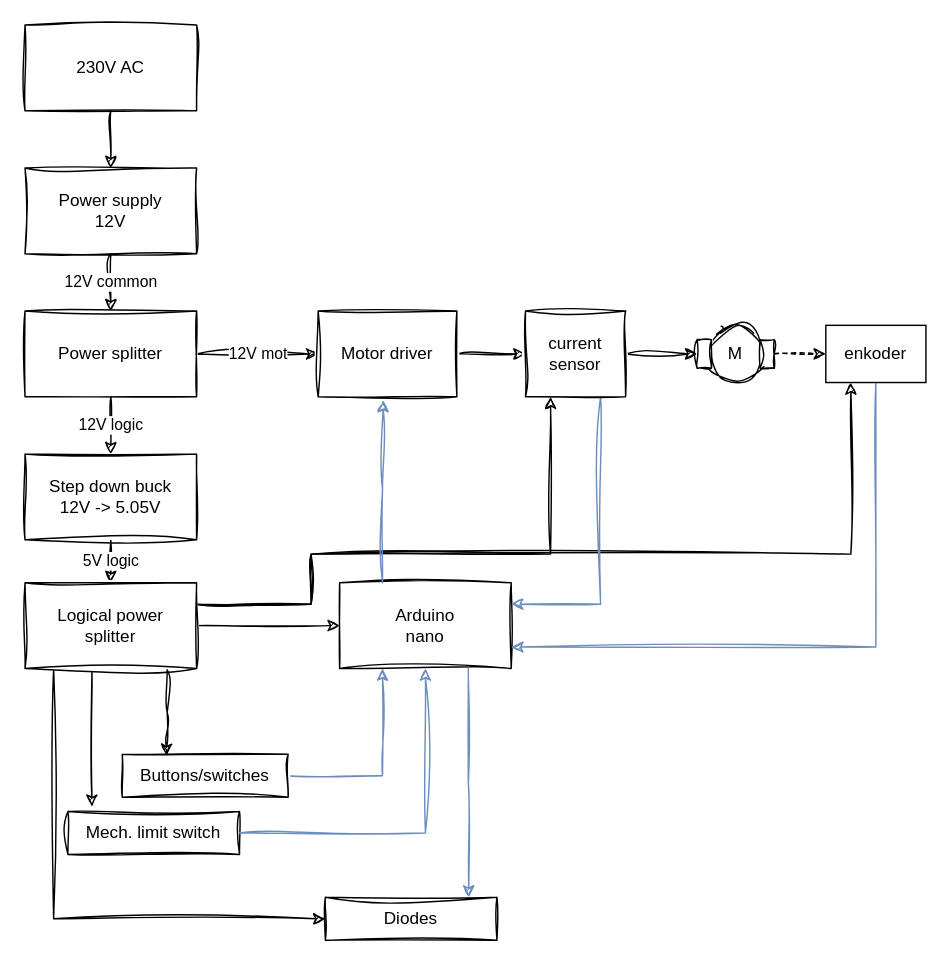
Losseh/automatic-desk keeps this draw.io diagram as page "Strona-1" (1 of 4) of electric/general_diagram.drawio. Above is the earlier version. Source tidied: cells renumbered, new cells numbered last; positions are measured from the earlier drawing's top-left corner, leaving out a move shared by most shapes. Both pictures are drawn from the tidied source at 143%, with x=0, y=0 at pixel (24, 24).
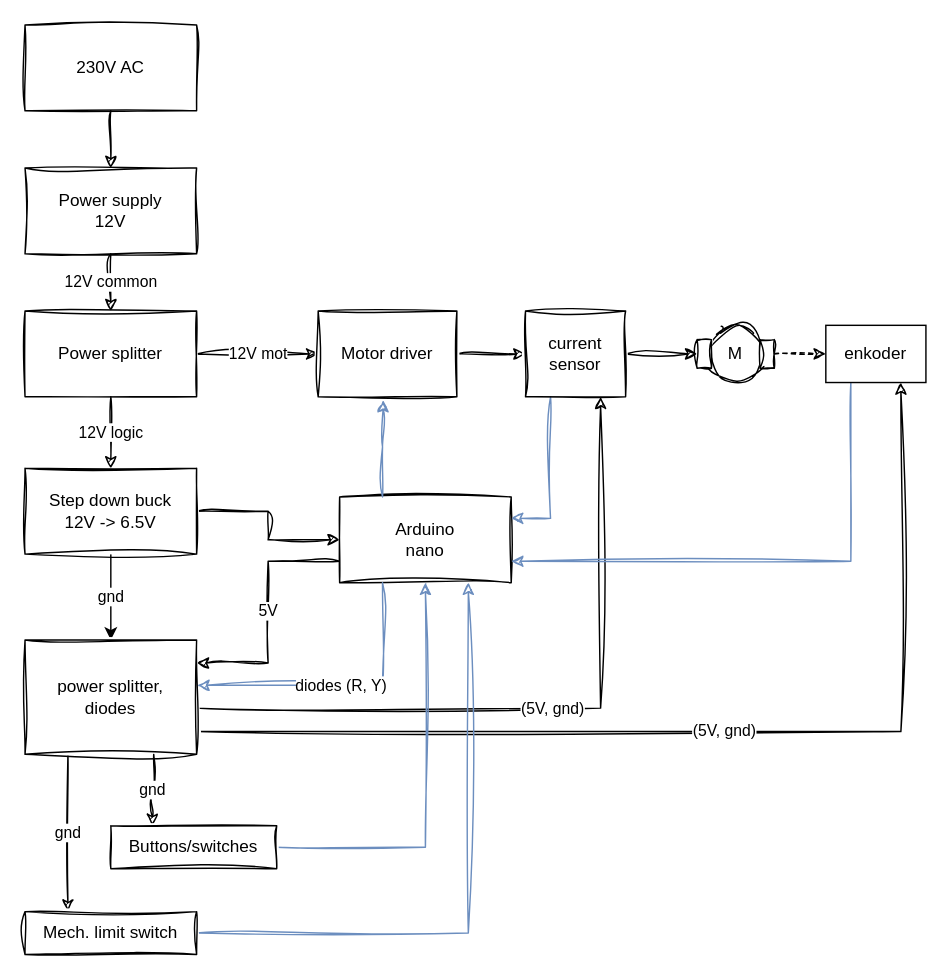
The same diagram, later.

The change refers to these unchanged cells:
```xml
<mxCell id="30" value="enkoder" style="rounded=0;whiteSpace=wrap;html=1;" parent="1" vertex="1">
  <mxGeometry x="560" y="210" width="70" height="40" as="geometry" />
</mxCell>
<mxCell id="36" value="current&lt;br&gt;sensor" style="rounded=0;whiteSpace=wrap;html=1;sketch=1;curveFitting=1;jiggle=2;" parent="1" vertex="1">
  <mxGeometry x="350" y="200" width="70" height="60" as="geometry" />
</mxCell>
```

Diff of the diagram source:
```diff
@@
+    <mxCell id="38" style="edgeStyle=orthogonalEdgeStyle;rounded=0;jettySize=auto;html=1;exitX=1;exitY=0.5;exitDx=0;exitDy=0;entryX=0;entryY=0.5;entryDx=0;entryDy=0;sketch=1;curveFitting=1;jiggle=2;" parent="1" edge="1" source="12" target="23">
+      <mxGeometry relative="1" as="geometry" />
+    </mxCell>
-    <mxCell id="11" value="5V logic" style="edgeStyle=orthogonalEdgeStyle;rounded=0;jettySize=auto;html=1;exitX=0.5;exitY=1;exitDx=0;exitDy=0;entryX=0.5;entryY=0;entryDx=0;entryDy=0;sketch=1;curveFitting=1;jiggle=2;" parent="1" edge="1" source="12" target="22">
+    <mxCell id="11" value="gnd" style="edgeStyle=orthogonalEdgeStyle;rounded=0;jettySize=auto;html=1;exitX=0.5;exitY=1;exitDx=0;exitDy=0;entryX=0.5;entryY=0;entryDx=0;entryDy=0;" parent="1" edge="1" source="12" target="22">
       <mxGeometry relative="1" as="geometry" />
     </mxCell>
-    <mxCell id="12" value="Step down buck&lt;br&gt;12V -&amp;gt; 5.05&lt;span style=&quot;background-color: transparent; color: light-dark(rgb(0, 0, 0), rgb(255, 255, 255));&quot;&gt;V&lt;/span&gt;" style="rounded=0;whiteSpace=wrap;html=1;sketch=1;curveFitting=1;jiggle=2;" parent="1" vertex="1">
-      <mxGeometry y="300" width="120" height="60" as="geometry" />
+    <mxCell id="12" value="Step down buck&lt;br&gt;12V -&amp;gt; 6.5&lt;span style=&quot;background-color: transparent; color: light-dark(rgb(0, 0, 0), rgb(255, 255, 255));&quot;&gt;V&lt;/span&gt;" style="rounded=0;whiteSpace=wrap;html=1;sketch=1;curveFitting=1;jiggle=2;" parent="1" vertex="1">
+      <mxGeometry y="310" width="120" height="60" as="geometry" />
     </mxCell>
@@
-    <mxCell id="17" style="edgeStyle=orthogonalEdgeStyle;rounded=0;jettySize=auto;html=1;exitX=1;exitY=0.5;exitDx=0;exitDy=0;entryX=0;entryY=0.5;entryDx=0;entryDy=0;sketch=1;curveFitting=1;jiggle=2;" parent="1" edge="1" source="22" target="23">
-      <mxGeometry relative="1" as="geometry" />
-    </mxCell>
+    <mxCell id="19" value="(5V, gnd)" style="edgeStyle=orthogonalEdgeStyle;rounded=0;jettySize=auto;html=1;entryX=0.75;entryY=1;entryDx=0;entryDy=0;sketch=1;curveFitting=1;jiggle=2;exitX=1.006;exitY=0.801;exitDx=0;exitDy=0;exitPerimeter=0;" parent="1" edge="1" source="22" target="30">
+      <mxGeometry relative="1" as="geometry" />
+    </mxCell>
+    <mxCell id="21" value="(5V, gnd)" style="edgeStyle=orthogonalEdgeStyle;rounded=0;jettySize=auto;html=1;exitX=0.995;exitY=0.596;exitDx=0;exitDy=0;entryX=0.75;entryY=1;entryDx=0;entryDy=0;sketch=1;curveFitting=1;jiggle=2;exitPerimeter=0;" parent="1" edge="1" source="22" target="36">
+      <mxGeometry relative="1" as="geometry" />
+    </mxCell>
+    <mxCell id="39" value="gnd" style="edgeStyle=orthogonalEdgeStyle;rounded=0;jettySize=auto;html=1;exitX=0.75;exitY=1;exitDx=0;exitDy=0;entryX=0.25;entryY=0;entryDx=0;entryDy=0;sketch=1;curveFitting=1;jiggle=2;" parent="1" edge="1" source="22" target="26">
+      <mxGeometry relative="1" as="geometry" />
+    </mxCell>
-    <mxCell id="18" style="edgeStyle=orthogonalEdgeStyle;rounded=0;jettySize=auto;html=1;exitX=0.39;exitY=1.036;exitDx=0;exitDy=0;entryX=0.14;entryY=-0.111;entryDx=0;entryDy=0;sketch=1;curveFitting=1;jiggle=2;exitPerimeter=0;entryPerimeter=0;" parent="1" edge="1" source="22" target="24">
+    <mxCell id="18" value="gnd" style="edgeStyle=orthogonalEdgeStyle;rounded=0;jettySize=auto;html=1;exitX=0.25;exitY=1;exitDx=0;exitDy=0;entryX=0.25;entryY=0;entryDx=0;entryDy=0;sketch=1;curveFitting=1;jiggle=2;" parent="1" edge="1" source="22" target="24">
       <mxGeometry relative="1" as="geometry" />
     </mxCell>
-    <mxCell id="19" style="edgeStyle=orthogonalEdgeStyle;rounded=0;jettySize=auto;html=1;exitX=1;exitY=0.25;exitDx=0;exitDy=0;entryX=0.25;entryY=1;entryDx=0;entryDy=0;sketch=1;curveFitting=1;jiggle=2;" parent="1" edge="1" source="22" target="30">
-      <mxGeometry relative="1" as="geometry">
-        <Array as="points">
-          <mxPoint x="200" y="405" />
-          <mxPoint x="200" y="370" />
-          <mxPoint x="578" y="370" />
-          <mxPoint x="578" y="250" />
-        </Array>
-      </mxGeometry>
-    </mxCell>
-    <mxCell id="20" style="edgeStyle=orthogonalEdgeStyle;rounded=0;jettySize=auto;html=1;exitX=0.25;exitY=1;exitDx=0;exitDy=0;entryX=0;entryY=0.5;entryDx=0;entryDy=0;sketch=1;curveFitting=1;jiggle=2;" parent="1" edge="1" source="22" target="31">
-      <mxGeometry relative="1" as="geometry">
-        <Array as="points">
-          <mxPoint x="20" y="450" />
-          <mxPoint x="20" y="625" />
-        </Array>
-      </mxGeometry>
-    </mxCell>
-    <mxCell id="21" style="edgeStyle=orthogonalEdgeStyle;rounded=0;jettySize=auto;html=1;exitX=1;exitY=0.25;exitDx=0;exitDy=0;entryX=0.25;entryY=1;entryDx=0;entryDy=0;sketch=1;curveFitting=1;jiggle=2;" parent="1" edge="1" source="22" target="36">
-      <mxGeometry relative="1" as="geometry">
-        <Array as="points">
-          <mxPoint x="200" y="405" />
-          <mxPoint x="200" y="370" />
-          <mxPoint x="368" y="370" />
-          <mxPoint x="368" y="260" />
-        </Array>
-      </mxGeometry>
-    </mxCell>
-    <mxCell id="22" value="Logical power&lt;br&gt;splitter" style="rounded=0;whiteSpace=wrap;html=1;glass=0;shadow=0;sketch=1;curveFitting=1;jiggle=2;" parent="1" vertex="1">
-      <mxGeometry y="390" width="120" height="60" as="geometry" />
+    <mxCell id="22" value="power splitter,&lt;br&gt;diodes" style="rounded=0;whiteSpace=wrap;html=1;glass=0;shadow=0;sketch=1;curveFitting=1;jiggle=2;" parent="1" vertex="1">
+      <mxGeometry y="430" width="120" height="80" as="geometry" />
     </mxCell>
+    <mxCell id="40" value="5V" style="edgeStyle=orthogonalEdgeStyle;rounded=0;jettySize=auto;html=1;exitX=0;exitY=0.75;exitDx=0;exitDy=0;entryX=1.002;entryY=0.201;entryDx=0;entryDy=0;sketch=1;curveFitting=1;jiggle=2;entryPerimeter=0;" parent="1" edge="1" source="23" target="22">
+      <mxGeometry relative="1" as="geometry" />
+    </mxCell>
     <mxCell id="23" value="Arduino&lt;br&gt;nano" style="rounded=0;whiteSpace=wrap;html=1;sketch=1;curveFitting=1;jiggle=2;" parent="1" vertex="1">
-      <mxGeometry x="220" y="390" width="120" height="60" as="geometry" />
+      <mxGeometry x="220" y="330" width="120" height="60" as="geometry" />
     </mxCell>
+    <mxCell id="28" style="edgeStyle=orthogonalEdgeStyle;rounded=0;jettySize=auto;html=1;exitX=1;exitY=0.5;exitDx=0;exitDy=0;entryX=0.75;entryY=1;entryDx=0;entryDy=0;sketch=1;curveFitting=1;jiggle=2;fillColor=#dae8fc;strokeColor=#6c8ebf;" parent="1" edge="1" source="24" target="23">
+      <mxGeometry relative="1" as="geometry" />
+    </mxCell>
     <mxCell id="24" value="Mech. limit switch" style="rounded=0;whiteSpace=wrap;html=1;sketch=1;curveFitting=1;jiggle=2;" parent="1" vertex="1">
-      <mxGeometry x="30" y="550" width="120" height="30" as="geometry" />
+      <mxGeometry y="620" width="120" height="30" as="geometry" />
     </mxCell>
-    <mxCell id="25" style="edgeStyle=orthogonalEdgeStyle;rounded=0;jettySize=auto;html=1;exitX=1;exitY=0.5;exitDx=0;exitDy=0;entryX=0.25;entryY=1;entryDx=0;entryDy=0;sketch=1;curveFitting=1;jiggle=2;fillColor=#dae8fc;strokeColor=#6c8ebf;" parent="1" edge="1" source="26" target="23">
+    <mxCell id="25" style="edgeStyle=orthogonalEdgeStyle;rounded=0;jettySize=auto;html=1;exitX=1;exitY=0.5;exitDx=0;exitDy=0;entryX=0.5;entryY=1;entryDx=0;entryDy=0;sketch=1;curveFitting=1;jiggle=2;fillColor=#dae8fc;strokeColor=#6c8ebf;" parent="1" edge="1" source="26" target="23">
       <mxGeometry relative="1" as="geometry" />
     </mxCell>
     <mxCell id="26" value="Buttons/switches" style="rounded=0;whiteSpace=wrap;html=1;sketch=1;curveFitting=1;jiggle=2;" parent="1" vertex="1">
-      <mxGeometry x="68" y="510" width="116" height="30" as="geometry" />
+      <mxGeometry x="60" y="560" width="116" height="30" as="geometry" />
     </mxCell>
-    <mxCell id="27" style="edgeStyle=orthogonalEdgeStyle;rounded=0;jettySize=auto;html=1;exitX=0.828;exitY=1.017;exitDx=0;exitDy=0;sketch=1;curveFitting=1;jiggle=2;exitPerimeter=0;" parent="1" edge="1" source="22">
-      <mxGeometry relative="1" as="geometry">
-        <mxPoint x="99" y="511" as="targetPoint" />
-      </mxGeometry>
-    </mxCell>
-    <mxCell id="28" style="edgeStyle=orthogonalEdgeStyle;rounded=0;jettySize=auto;html=1;exitX=1;exitY=0.5;exitDx=0;exitDy=0;entryX=0.5;entryY=1;entryDx=0;entryDy=0;sketch=1;curveFitting=1;jiggle=2;fillColor=#dae8fc;strokeColor=#6c8ebf;" parent="1" edge="1" source="24" target="23">
-      <mxGeometry relative="1" as="geometry" />
-    </mxCell>
-    <mxCell id="29" style="edgeStyle=orthogonalEdgeStyle;rounded=0;jettySize=auto;html=1;exitX=0.5;exitY=1;exitDx=0;exitDy=0;entryX=1;entryY=0.75;entryDx=0;entryDy=0;sketch=1;curveFitting=1;jiggle=2;fillColor=#dae8fc;strokeColor=#6c8ebf;" parent="1" edge="1" source="30" target="23">
+    <mxCell id="29" style="edgeStyle=orthogonalEdgeStyle;rounded=0;jettySize=auto;html=1;exitX=0.25;exitY=1;exitDx=0;exitDy=0;entryX=1;entryY=0.75;entryDx=0;entryDy=0;sketch=1;curveFitting=1;jiggle=2;fillColor=#dae8fc;strokeColor=#6c8ebf;" parent="1" edge="1" source="30" target="23">
       <mxGeometry relative="1" as="geometry" />
     </mxCell>
@@
-    <mxCell id="31" value="Diodes" style="rounded=0;whiteSpace=wrap;html=1;sketch=1;curveFitting=1;jiggle=2;" parent="1" vertex="1">
-      <mxGeometry x="210" y="610" width="120" height="30" as="geometry" />
-    </mxCell>
-    <mxCell id="32" style="edgeStyle=orthogonalEdgeStyle;rounded=0;jettySize=auto;html=1;exitX=0.75;exitY=1;exitDx=0;exitDy=0;entryX=0.836;entryY=0;entryDx=0;entryDy=0;entryPerimeter=0;sketch=1;curveFitting=1;jiggle=2;fillColor=#dae8fc;strokeColor=#6c8ebf;" parent="1" edge="1" source="23" target="31">
-      <mxGeometry relative="1" as="geometry" />
-    </mxCell>
@@
-    <mxCell id="35" style="edgeStyle=orthogonalEdgeStyle;rounded=0;jettySize=auto;html=1;exitX=0.75;exitY=1;exitDx=0;exitDy=0;entryX=1;entryY=0.25;entryDx=0;entryDy=0;fillColor=#dae8fc;strokeColor=#6c8ebf;sketch=1;curveFitting=1;jiggle=2;" parent="1" edge="1" source="36" target="23">
+    <mxCell id="35" style="edgeStyle=orthogonalEdgeStyle;rounded=0;jettySize=auto;html=1;exitX=0.25;exitY=1;exitDx=0;exitDy=0;entryX=1;entryY=0.25;entryDx=0;entryDy=0;fillColor=#dae8fc;strokeColor=#6c8ebf;sketch=1;curveFitting=1;jiggle=2;" parent="1" edge="1" source="36" target="23">
       <mxGeometry relative="1" as="geometry" />
     </mxCell>
@@
+    <mxCell id="41" value="diodes (R, Y)" style="edgeStyle=orthogonalEdgeStyle;rounded=0;jettySize=auto;html=1;exitX=0.25;exitY=1;exitDx=0;exitDy=0;entryX=1.005;entryY=0.396;entryDx=0;entryDy=0;entryPerimeter=0;sketch=1;curveFitting=1;jiggle=2;fillColor=#dae8fc;strokeColor=#6c8ebf;" parent="1" edge="1" source="23" target="22">
+      <mxGeometry relative="1" as="geometry" />
+    </mxCell>
```
